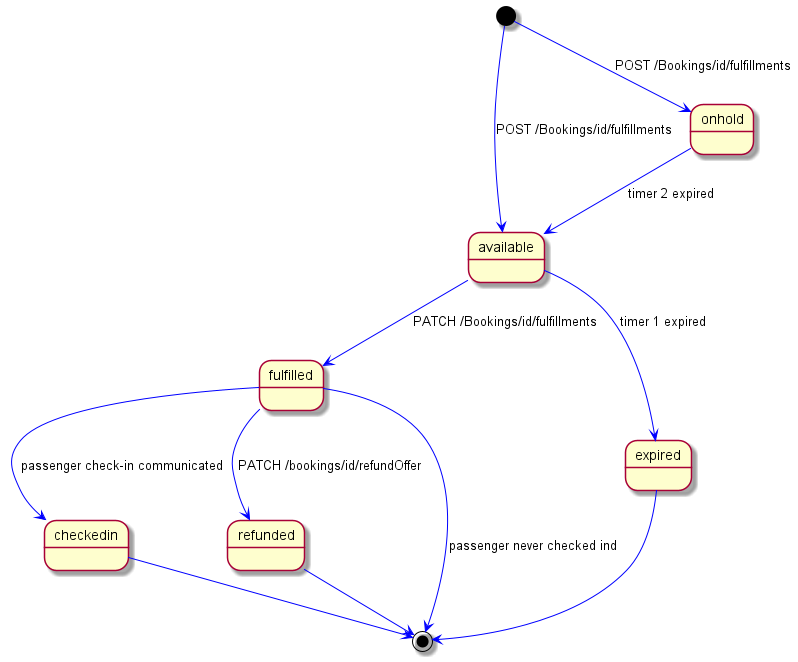
This is images/models/fulfillment-state-model-with-activation.png from UnionInternationalCheminsdeFer/OSDM, a PlantUML export, as it was before one commit. Its diagram source:
```plantuml
@startuml "Fullfillment State Diagram With Activation"
[*] -[#blue]-> available: POST /Bookings/id/fulfillments
[*] -[#blue]-> onhold: POST /Bookings/id/fulfillments
available -[#blue]-> fulfilled: PATCH /Bookings/id/fulfillments
available -[#blue]-> expired: timer 1 expired
onhold -[#blue]-> available: timer 2 expired
fulfilled -[#blue]-> checkedin: passenger check-in communicated
fulfilled -[#blue]-> refunded: PATCH /bookings/id/refundOffer
checkedin -[#blue]-> [*]
fulfilled -[#blue]-> [*]: passenger never checked ind
refunded -[#blue]-> [*]
expired -[#blue]-> [*]
@enduml
```
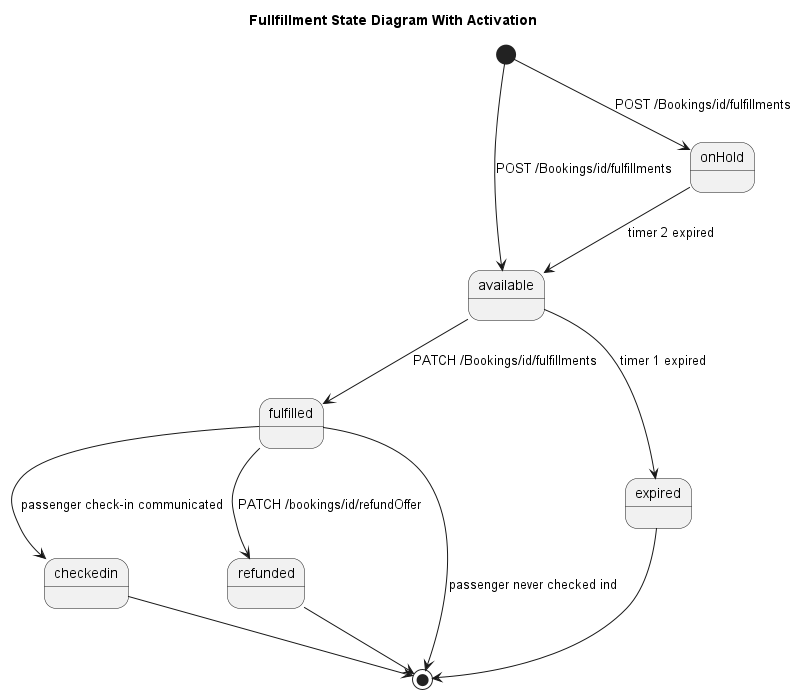
After the commit.

The edit, as a diff of the source:
```diff
@@ -1,13 +1,14 @@
-@startuml "Fullfillment State Diagram With Activation"
-[*] -[#blue]-> available: POST /Bookings/id/fulfillments
-[*] -[#blue]-> onhold: POST /Bookings/id/fulfillments
-available -[#blue]-> fulfilled: PATCH /Bookings/id/fulfillments
-available -[#blue]-> expired: timer 1 expired
-onhold -[#blue]-> available: timer 2 expired
-fulfilled -[#blue]-> checkedin: passenger check-in communicated
-fulfilled -[#blue]-> refunded: PATCH /bookings/id/refundOffer
-checkedin -[#blue]-> [*]
-fulfilled -[#blue]-> [*]: passenger never checked ind
-refunded -[#blue]-> [*]
-expired -[#blue]-> [*]
+@startuml
+title "Fullfillment State Diagram With Activation"
+[*] --> available: POST /Bookings/id/fulfillments
+[*] --> onHold: POST /Bookings/id/fulfillments
+available --> fulfilled: PATCH /Bookings/id/fulfillments
+available --> expired: timer 1 expired
+onHold --> available: timer 2 expired
+fulfilled --> checkedin: passenger check-in communicated
+fulfilled --> refunded: PATCH /bookings/id/refundOffer
+checkedin --> [*]
+fulfilled --> [*]: passenger never checked ind
+refunded --> [*]
+expired --> [*]
 @enduml
```
